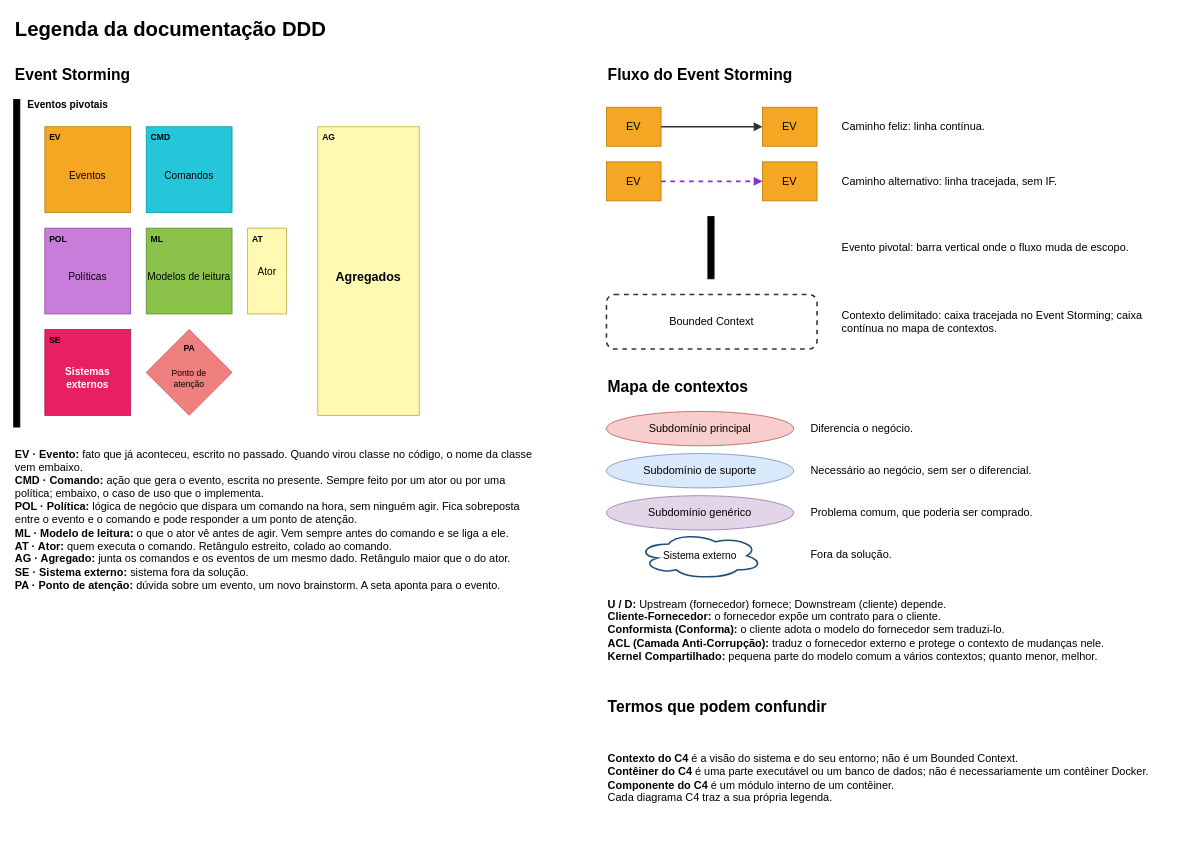
The draw.io diagram page "Legenda" (2 of 11) of docs/ddd/workshop-ddd.drawio in ArkTech-LVW/workshop-service, before the edit. Source tidied: cells renumbered, new cells numbered last; positions are measured from the earlier drawing's top-left corner, leaving out a move shared by most shapes. Both pictures are drawn from the tidied source at 78%, with x=0, y=0 at pixel (13, 13).
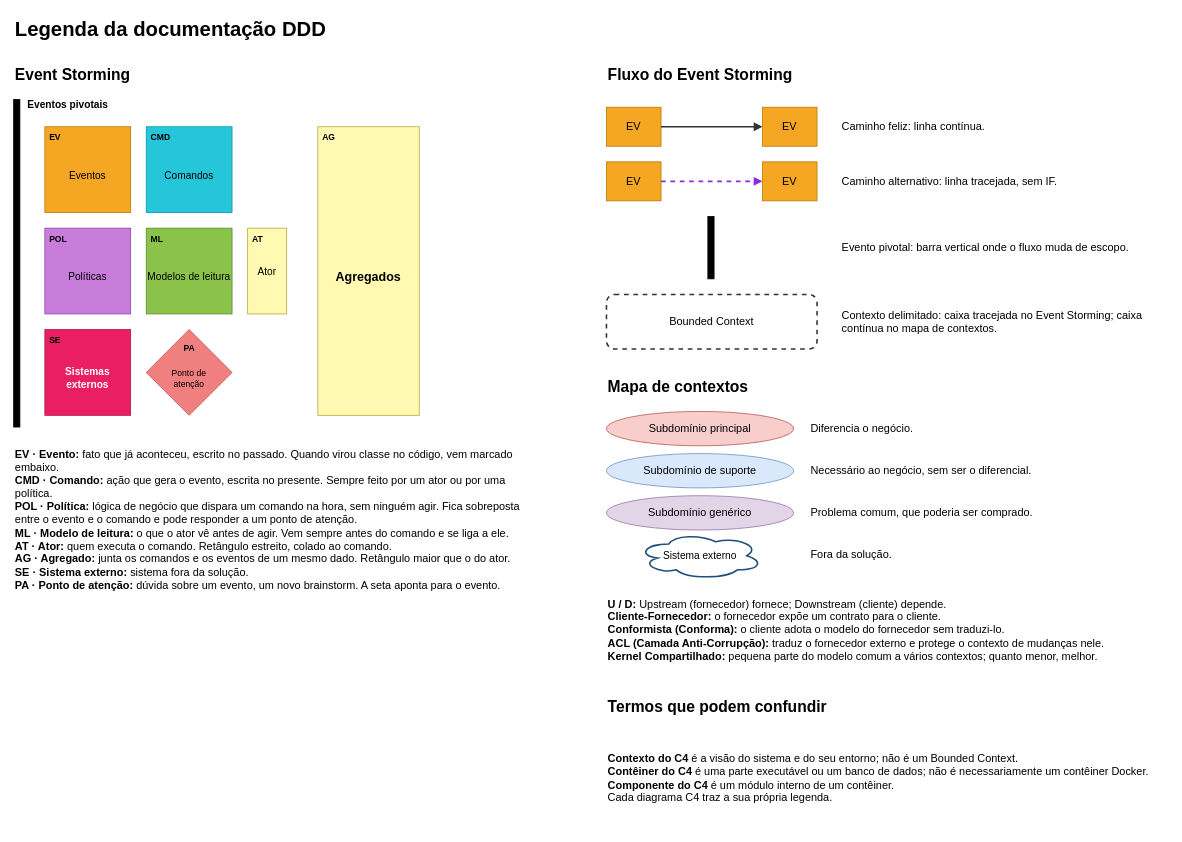
The same page after the edit.

What changed in the source:
```diff
@@
-    <mxCell id="22" value="&lt;b&gt;EV · Evento:&lt;/b&gt; fato que já aconteceu, escrito no passado. Quando virou classe no código, o nome da classe vem embaixo.&lt;br&gt;&lt;b&gt;CMD · Comando:&lt;/b&gt; ação que gera o evento, escrita no presente. Sempre feito por um ator ou por uma política; embaixo, o caso de uso que o implementa.&lt;br&gt;&lt;b&gt;POL · Política:&lt;/b&gt; lógica de negócio que dispara um comando na hora, sem ninguém agir. Fica sobreposta entre o evento e o comando e pode responder a um ponto de atenção.&lt;br&gt;&lt;b&gt;ML · Modelo de leitura:&lt;/b&gt; o que o ator vê antes de agir. Vem sempre antes do comando e se liga a ele.&lt;br&gt;&lt;b&gt;AT · Ator:&lt;/b&gt; quem executa o comando. Retângulo estreito, colado ao comando.&lt;br&gt;&lt;b&gt;AG · Agregado:&lt;/b&gt; junta os comandos e os eventos de um mesmo dado. Retângulo maior que o do ator.&lt;br&gt;&lt;b&gt;SE · Sistema externo:&lt;/b&gt; sistema fora da solução.&lt;br&gt;&lt;b&gt;PA · Ponto de atenção:&lt;/b&gt; dúvida sobre um evento, um novo brainstorm. A seta aponta para o evento." style="text;html=1;whiteSpace=wrap;strokeColor=none;fillColor=none;align=left;verticalAlign=middle;fontSize=14;verticalAlign=top;" parent="1" vertex="1">
+    <mxCell id="22" value="&lt;b&gt;EV · Evento:&lt;/b&gt; fato que já aconteceu, escrito no passado. Quando virou classe no código, vem marcado embaixo.&lt;br&gt;&lt;b&gt;CMD · Comando:&lt;/b&gt; ação que gera o evento, escrita no presente. Sempre feito por um ator ou por uma política.&lt;br&gt;&lt;b&gt;POL · Política:&lt;/b&gt; lógica de negócio que dispara um comando na hora, sem ninguém agir. Fica sobreposta entre o evento e o comando e pode responder a um ponto de atenção.&lt;br&gt;&lt;b&gt;ML · Modelo de leitura:&lt;/b&gt; o que o ator vê antes de agir. Vem sempre antes do comando e se liga a ele.&lt;br&gt;&lt;b&gt;AT · Ator:&lt;/b&gt; quem executa o comando. Retângulo estreito, colado ao comando.&lt;br&gt;&lt;b&gt;AG · Agregado:&lt;/b&gt; junta os comandos e os eventos de um mesmo dado. Retângulo maior que o do ator.&lt;br&gt;&lt;b&gt;SE · Sistema externo:&lt;/b&gt; sistema fora da solução.&lt;br&gt;&lt;b&gt;PA · Ponto de atenção:&lt;/b&gt; dúvida sobre um evento, um novo brainstorm. A seta aponta para o evento." style="text;html=1;whiteSpace=wrap;strokeColor=none;fillColor=none;align=left;verticalAlign=middle;fontSize=14;verticalAlign=top;" parent="1" vertex="1">
       <mxGeometry y="550" width="680" height="440" as="geometry" />
     </mxCell>
```
